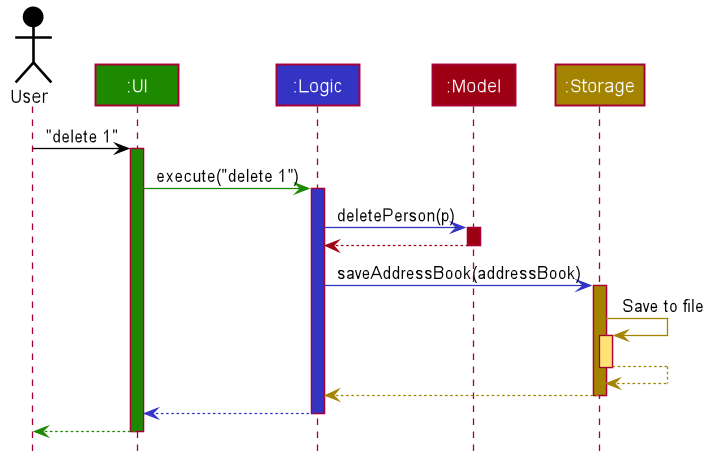
Earlier version of the PlantUML export docs/images/ArchitectureSequenceDiagram.png (nus-cs2103-AY2223S2/tp).
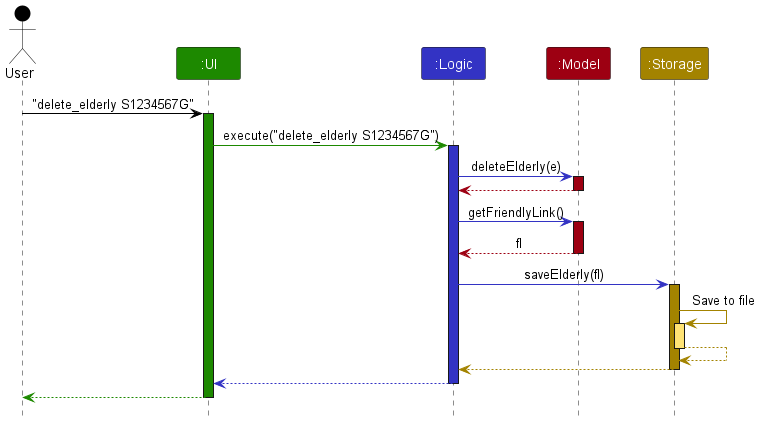
Later version of the same file.

Commit message:
Update architecture sequence diagram and appendix of DG

What changed in the source:
```diff
@@ -1,85 +1,45 @@
 @startuml
+!include style.puml
 
+Actor User as user USER_COLOR
+Participant ":UI" as ui UI_COLOR
+Participant ":Logic" as logic LOGIC_COLOR
+Participant ":Model" as model MODEL_COLOR
+Participant ":Storage" as storage STORAGE_COLOR
 
+user -[USER_COLOR]> ui : "delete_elderly S1234567G"
+activate ui UI_COLOR
 
+ui -[UI_COLOR]> logic : execute("delete_elderly S1234567G")
+activate logic LOGIC_COLOR
 
+logic -[LOGIC_COLOR]> model : deleteElderly(e)
+activate model MODEL_COLOR
 
-
-
-
-skinparam BackgroundColor #FFFFFFF
-
-skinparam Shadowing false
-
-skinparam Class {
-    FontColor #FFFFFF
-    BorderThickness 1
-    BorderColor #FFFFFF
-    StereotypeFontColor #FFFFFF
-    FontName Arial
-}
-
-skinparam Actor {
-    BorderColor #000000
-    Color #000000
-    FontName Arial
-}
-
-skinparam Sequence {
-    MessageAlign center
-    BoxFontSize 15
-    BoxPadding 0
-    BoxFontColor #FFFFFF
-    FontName Arial
-}
-
-skinparam Participant {
-    FontColor #FFFFFFF
-    Padding 20
-}
-
-skinparam MinClassWidth 50
-skinparam ParticipantPadding 10
-skinparam Shadowing false
-skinparam DefaultTextAlignment center
-skinparam packageStyle Rectangle
-
-hide footbox
-hide members
-hide circle
-
-Actor User as user #000000
-Participant ":UI" as ui #1D8900
-Participant ":Logic" as logic #3333C4
-Participant ":Model" as model #9D0012
-Participant ":Storage" as storage #A38300
-
-user -[#000000]> ui : "delete 1"
-activate ui #1D8900
-
-ui -[#1D8900]> logic : execute("delete 1")
-activate logic #3333C4
-
-logic -[#3333C4]> model : deletePerson(p)
-activate model #9D0012
-
-model -[#9D0012]-> logic
+model -[MODEL_COLOR]-> logic
 deactivate model
 
-logic -[#3333C4]> storage : saveAddressBook(addressBook)
-activate storage #A38300
+logic -[LOGIC_COLOR]> model : getFriendlyLink()
+activate model MODEL_COLOR
 
-storage -[#A38300]> storage : Save to file
-activate storage #FFE374
-storage --[#A38300]> storage
+model -[MODEL_COLOR]-> logic : fl
+deactivate model
+
+logic -[LOGIC_COLOR]> storage : saveElderly(fl)
+activate storage STORAGE_COLOR
+
+storage -[STORAGE_COLOR]> storage : Save to file
+activate storage STORAGE_COLOR_T1
+
+storage --[STORAGE_COLOR]> storage
 deactivate storage
 
-storage --[#A38300]> logic
+storage --[STORAGE_COLOR]> logic
 deactivate storage
 
-logic --[#3333C4]> ui
+logic --[LOGIC_COLOR]> ui
 deactivate logic
 
-ui--[#1D8900]> user
+ui--[UI_COLOR]> user
 deactivate ui
 @enduml
```
